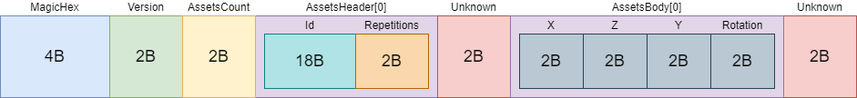
johnfercher/taleslab keeps this draw.io diagram as docs/images/version2size.png. Above is the earlier version. Source tidied: cells renumbered, new cells last; positions are measured from the earlier drawing's top-left corner, leaving out a move shared by most shapes.
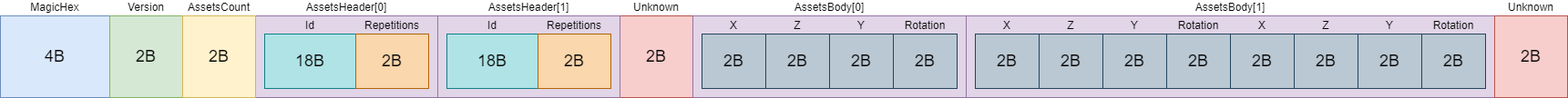
The same file after the commit.

The edit, as a diff of the source:
```diff
@@ -3,76 +3,142 @@
     <mxCell id="0" />
     <mxCell id="1" parent="0" />
     <mxCell id="2" value="MagicHex" style="rounded=0;whiteSpace=wrap;html=1;labelPosition=center;verticalLabelPosition=top;align=center;verticalAlign=bottom;fillColor=#dae8fc;strokeColor=#6c8ebf;" parent="1" vertex="1">
-      <mxGeometry width="120" height="90" as="geometry" />
+      <mxGeometry x="-240" y="30" width="120" height="90" as="geometry" />
     </mxCell>
     <mxCell id="3" value="Version" style="rounded=0;whiteSpace=wrap;html=1;labelPosition=center;verticalLabelPosition=top;align=center;verticalAlign=bottom;fillColor=#d5e8d4;strokeColor=#82b366;" parent="1" vertex="1">
-      <mxGeometry x="120" width="80" height="90" as="geometry" />
+      <mxGeometry x="-120" y="30" width="80" height="90" as="geometry" />
     </mxCell>
     <mxCell id="4" value="AssetsHeader[0]" style="rounded=0;whiteSpace=wrap;html=1;labelPosition=center;verticalLabelPosition=top;align=center;verticalAlign=bottom;fillColor=#e1d5e7;strokeColor=#9673a6;" parent="1" vertex="1">
-      <mxGeometry x="280" width="200" height="90" as="geometry" />
+      <mxGeometry x="40" y="30" width="200" height="90" as="geometry" />
     </mxCell>
     <mxCell id="5" value="AssetsCount" style="rounded=0;whiteSpace=wrap;html=1;labelPosition=center;verticalLabelPosition=top;align=center;verticalAlign=bottom;fillColor=#fff2cc;strokeColor=#d6b656;" parent="1" vertex="1">
-      <mxGeometry x="200" width="80" height="90" as="geometry" />
+      <mxGeometry x="-40" y="30" width="80" height="90" as="geometry" />
     </mxCell>
     <mxCell id="6" value="Id" style="rounded=0;whiteSpace=wrap;html=1;labelPosition=center;verticalLabelPosition=top;align=center;verticalAlign=bottom;fillColor=#b0e3e6;strokeColor=#0e8088;" parent="1" vertex="1">
-      <mxGeometry x="290" y="20" width="100" height="60" as="geometry" />
+      <mxGeometry x="50" y="50" width="100" height="60" as="geometry" />
     </mxCell>
     <mxCell id="7" value="Repetitions" style="rounded=0;whiteSpace=wrap;html=1;labelPosition=center;verticalLabelPosition=top;align=center;verticalAlign=bottom;fillColor=#fad7ac;strokeColor=#b46504;" parent="1" vertex="1">
-      <mxGeometry x="390" y="20" width="80" height="60" as="geometry" />
+      <mxGeometry x="150" y="50" width="80" height="60" as="geometry" />
     </mxCell>
     <mxCell id="8" value="Unknown" style="rounded=0;whiteSpace=wrap;html=1;labelPosition=center;verticalLabelPosition=top;align=center;verticalAlign=bottom;fillColor=#f8cecc;strokeColor=#b85450;" parent="1" vertex="1">
-      <mxGeometry x="480" width="80" height="90" as="geometry" />
+      <mxGeometry x="440" y="30" width="80" height="90" as="geometry" />
     </mxCell>
-    <mxCell id="9" value="Unknown" style="rounded=0;whiteSpace=wrap;html=1;labelPosition=center;verticalLabelPosition=top;align=center;verticalAlign=bottom;fillColor=#f8cecc;strokeColor=#b85450;" parent="1" vertex="1">
-      <mxGeometry x="860" width="80" height="90" as="geometry" />
+    <mxCell id="9" value="4B" style="text;html=1;strokeColor=none;fillColor=none;align=center;verticalAlign=middle;whiteSpace=wrap;rounded=0;fontStyle=0;fontSize=18;" parent="1" vertex="1">
+      <mxGeometry x="-240" y="30" width="120" height="90" as="geometry" />
     </mxCell>
-    <mxCell id="10" value="AssetsBody[0]" style="rounded=0;whiteSpace=wrap;html=1;labelPosition=center;verticalLabelPosition=top;align=center;verticalAlign=bottom;fillColor=#e1d5e7;strokeColor=#9673a6;" parent="1" vertex="1">
-      <mxGeometry x="560" width="300" height="90" as="geometry" />
+    <mxCell id="10" value="2B" style="text;html=1;strokeColor=none;fillColor=none;align=center;verticalAlign=middle;whiteSpace=wrap;rounded=0;fontStyle=0;fontSize=18;" parent="1" vertex="1">
+      <mxGeometry x="-120" y="30" width="80" height="90" as="geometry" />
     </mxCell>
-    <mxCell id="11" value="X" style="rounded=0;whiteSpace=wrap;html=1;labelPosition=center;verticalLabelPosition=top;align=center;verticalAlign=bottom;fillColor=#bac8d3;strokeColor=#23445d;" parent="1" vertex="1">
-      <mxGeometry x="570" y="20" width="70" height="60" as="geometry" />
+    <mxCell id="11" value="2B&lt;br&gt;" style="text;html=1;strokeColor=none;fillColor=none;align=center;verticalAlign=middle;whiteSpace=wrap;rounded=0;fontStyle=0;fontSize=18;" parent="1" vertex="1">
+      <mxGeometry x="-40" y="30" width="80" height="90" as="geometry" />
     </mxCell>
-    <mxCell id="12" value="Y" style="rounded=0;whiteSpace=wrap;html=1;labelPosition=center;verticalLabelPosition=top;align=center;verticalAlign=bottom;fillColor=#bac8d3;strokeColor=#23445d;" parent="1" vertex="1">
-      <mxGeometry x="710" y="20" width="70" height="60" as="geometry" />
+    <mxCell id="12" value="18B" style="text;html=1;strokeColor=none;fillColor=none;align=center;verticalAlign=middle;whiteSpace=wrap;rounded=0;fontStyle=0;fontSize=18;" parent="1" vertex="1">
+      <mxGeometry x="50" y="50" width="100" height="60" as="geometry" />
     </mxCell>
-    <mxCell id="13" value="Z" style="rounded=0;whiteSpace=wrap;html=1;labelPosition=center;verticalLabelPosition=top;align=center;verticalAlign=bottom;fillColor=#bac8d3;strokeColor=#23445d;" parent="1" vertex="1">
-      <mxGeometry x="640" y="20" width="70" height="60" as="geometry" />
+    <mxCell id="13" value="2B" style="text;html=1;strokeColor=none;fillColor=none;align=center;verticalAlign=middle;whiteSpace=wrap;rounded=0;fontStyle=0;fontSize=18;" parent="1" vertex="1">
+      <mxGeometry x="150" y="50" width="80" height="60" as="geometry" />
     </mxCell>
-    <mxCell id="14" value="4B" style="text;html=1;strokeColor=none;fillColor=none;align=center;verticalAlign=middle;whiteSpace=wrap;rounded=0;fontStyle=0;fontSize=18;" parent="1" vertex="1">
-      <mxGeometry width="120" height="90" as="geometry" />
+    <mxCell id="14" value="2B" style="text;html=1;strokeColor=none;fillColor=none;align=center;verticalAlign=middle;whiteSpace=wrap;rounded=0;fontStyle=0;fontSize=18;" parent="1" vertex="1">
+      <mxGeometry x="440" y="30" width="80" height="90" as="geometry" />
     </mxCell>
-    <mxCell id="15" value="2B" style="text;html=1;strokeColor=none;fillColor=none;align=center;verticalAlign=middle;whiteSpace=wrap;rounded=0;fontStyle=0;fontSize=18;" parent="1" vertex="1">
-      <mxGeometry x="120" width="80" height="90" as="geometry" />
+    <mxCell id="15" value="AssetsHeader[1]" style="rounded=0;whiteSpace=wrap;html=1;labelPosition=center;verticalLabelPosition=top;align=center;verticalAlign=bottom;fillColor=#e1d5e7;strokeColor=#9673a6;" parent="1" vertex="1">
+      <mxGeometry x="240" y="30" width="200" height="90" as="geometry" />
     </mxCell>
-    <mxCell id="16" value="2B&lt;br&gt;" style="text;html=1;strokeColor=none;fillColor=none;align=center;verticalAlign=middle;whiteSpace=wrap;rounded=0;fontStyle=0;fontSize=18;" parent="1" vertex="1">
-      <mxGeometry x="200" width="80" height="90" as="geometry" />
+    <mxCell id="16" value="Id" style="rounded=0;whiteSpace=wrap;html=1;labelPosition=center;verticalLabelPosition=top;align=center;verticalAlign=bottom;fillColor=#b0e3e6;strokeColor=#0e8088;" parent="1" vertex="1">
+      <mxGeometry x="250" y="50" width="100" height="60" as="geometry" />
     </mxCell>
-    <mxCell id="17" value="18B" style="text;html=1;strokeColor=none;fillColor=none;align=center;verticalAlign=middle;whiteSpace=wrap;rounded=0;fontStyle=0;fontSize=18;" parent="1" vertex="1">
-      <mxGeometry x="290" y="20" width="100" height="60" as="geometry" />
+    <mxCell id="17" value="Repetitions" style="rounded=0;whiteSpace=wrap;html=1;labelPosition=center;verticalLabelPosition=top;align=center;verticalAlign=bottom;fillColor=#fad7ac;strokeColor=#b46504;" parent="1" vertex="1">
+      <mxGeometry x="350" y="50" width="80" height="60" as="geometry" />
     </mxCell>
-    <mxCell id="18" value="2B" style="text;html=1;strokeColor=none;fillColor=none;align=center;verticalAlign=middle;whiteSpace=wrap;rounded=0;fontStyle=0;fontSize=18;" parent="1" vertex="1">
-      <mxGeometry x="390" y="20" width="80" height="60" as="geometry" />
+    <mxCell id="18" value="18B" style="text;html=1;strokeColor=none;fillColor=none;align=center;verticalAlign=middle;whiteSpace=wrap;rounded=0;fontStyle=0;fontSize=18;" parent="1" vertex="1">
+      <mxGeometry x="250" y="50" width="100" height="60" as="geometry" />
     </mxCell>
     <mxCell id="19" value="2B" style="text;html=1;strokeColor=none;fillColor=none;align=center;verticalAlign=middle;whiteSpace=wrap;rounded=0;fontStyle=0;fontSize=18;" parent="1" vertex="1">
-      <mxGeometry x="640" y="20" width="70" height="60" as="geometry" />
+      <mxGeometry x="350" y="50" width="80" height="60" as="geometry" />
     </mxCell>
-    <mxCell id="20" value="2B" style="text;html=1;strokeColor=none;fillColor=none;align=center;verticalAlign=middle;whiteSpace=wrap;rounded=0;fontStyle=0;fontSize=18;" parent="1" vertex="1">
-      <mxGeometry x="570" y="20" width="70" height="60" as="geometry" />
+    <mxCell id="20" value="AssetsBody[0]" style="rounded=0;whiteSpace=wrap;html=1;labelPosition=center;verticalLabelPosition=top;align=center;verticalAlign=bottom;fillColor=#e1d5e7;strokeColor=#9673a6;" parent="1" vertex="1">
+      <mxGeometry x="520" y="30" width="300" height="90" as="geometry" />
     </mxCell>
-    <mxCell id="21" value="2B" style="text;html=1;strokeColor=none;fillColor=none;align=center;verticalAlign=middle;whiteSpace=wrap;rounded=0;fontStyle=0;fontSize=18;" parent="1" vertex="1">
-      <mxGeometry x="710" y="20" width="70" height="60" as="geometry" />
+    <mxCell id="21" value="X" style="rounded=0;whiteSpace=wrap;html=1;labelPosition=center;verticalLabelPosition=top;align=center;verticalAlign=bottom;fillColor=#bac8d3;strokeColor=#23445d;" parent="1" vertex="1">
+      <mxGeometry x="530" y="50" width="70" height="60" as="geometry" />
     </mxCell>
-    <mxCell id="22" value="2B" style="text;html=1;strokeColor=none;fillColor=none;align=center;verticalAlign=middle;whiteSpace=wrap;rounded=0;fontStyle=0;fontSize=18;" parent="1" vertex="1">
-      <mxGeometry x="480" width="80" height="90" as="geometry" />
+    <mxCell id="22" value="Y" style="rounded=0;whiteSpace=wrap;html=1;labelPosition=center;verticalLabelPosition=top;align=center;verticalAlign=bottom;fillColor=#bac8d3;strokeColor=#23445d;" parent="1" vertex="1">
+      <mxGeometry x="670" y="50" width="70" height="60" as="geometry" />
     </mxCell>
-    <mxCell id="23" value="2B" style="text;html=1;strokeColor=none;fillColor=none;align=center;verticalAlign=middle;whiteSpace=wrap;rounded=0;fontStyle=0;fontSize=18;" parent="1" vertex="1">
-      <mxGeometry x="860" width="80" height="90" as="geometry" />
+    <mxCell id="23" value="Z" style="rounded=0;whiteSpace=wrap;html=1;labelPosition=center;verticalLabelPosition=top;align=center;verticalAlign=bottom;fillColor=#bac8d3;strokeColor=#23445d;" parent="1" vertex="1">
+      <mxGeometry x="600" y="50" width="70" height="60" as="geometry" />
     </mxCell>
-    <mxCell id="24" value="Rotation" style="rounded=0;whiteSpace=wrap;html=1;labelPosition=center;verticalLabelPosition=top;align=center;verticalAlign=bottom;fillColor=#bac8d3;strokeColor=#23445d;" parent="1" vertex="1">
-      <mxGeometry x="780" y="20" width="70" height="60" as="geometry" />
+    <mxCell id="24" value="2B" style="text;html=1;strokeColor=none;fillColor=none;align=center;verticalAlign=middle;whiteSpace=wrap;rounded=0;fontStyle=0;fontSize=18;" parent="1" vertex="1">
+      <mxGeometry x="600" y="50" width="70" height="60" as="geometry" />
     </mxCell>
     <mxCell id="25" value="2B" style="text;html=1;strokeColor=none;fillColor=none;align=center;verticalAlign=middle;whiteSpace=wrap;rounded=0;fontStyle=0;fontSize=18;" parent="1" vertex="1">
-      <mxGeometry x="780" y="20" width="70" height="60" as="geometry" />
+      <mxGeometry x="530" y="50" width="70" height="60" as="geometry" />
     </mxCell>
+    <mxCell id="26" value="2B" style="text;html=1;strokeColor=none;fillColor=none;align=center;verticalAlign=middle;whiteSpace=wrap;rounded=0;fontStyle=0;fontSize=18;" parent="1" vertex="1">
+      <mxGeometry x="670" y="50" width="70" height="60" as="geometry" />
+    </mxCell>
+    <mxCell id="27" value="Rotation" style="rounded=0;whiteSpace=wrap;html=1;labelPosition=center;verticalLabelPosition=top;align=center;verticalAlign=bottom;fillColor=#bac8d3;strokeColor=#23445d;" parent="1" vertex="1">
+      <mxGeometry x="740" y="50" width="70" height="60" as="geometry" />
+    </mxCell>
+    <mxCell id="28" value="2B" style="text;html=1;strokeColor=none;fillColor=none;align=center;verticalAlign=middle;whiteSpace=wrap;rounded=0;fontStyle=0;fontSize=18;" parent="1" vertex="1">
+      <mxGeometry x="740" y="50" width="70" height="60" as="geometry" />
+    </mxCell>
+    <mxCell id="29" value="AssetsBody[1]" style="rounded=0;whiteSpace=wrap;html=1;labelPosition=center;verticalLabelPosition=top;align=center;verticalAlign=bottom;fillColor=#e1d5e7;strokeColor=#9673a6;" parent="1" vertex="1">
+      <mxGeometry x="820" y="30" width="580" height="90" as="geometry" />
+    </mxCell>
+    <mxCell id="30" value="X" style="rounded=0;whiteSpace=wrap;html=1;labelPosition=center;verticalLabelPosition=top;align=center;verticalAlign=bottom;fillColor=#bac8d3;strokeColor=#23445d;" parent="1" vertex="1">
+      <mxGeometry x="830" y="50" width="70" height="60" as="geometry" />
+    </mxCell>
+    <mxCell id="31" value="Y" style="rounded=0;whiteSpace=wrap;html=1;labelPosition=center;verticalLabelPosition=top;align=center;verticalAlign=bottom;fillColor=#bac8d3;strokeColor=#23445d;" parent="1" vertex="1">
+      <mxGeometry x="970" y="50" width="70" height="60" as="geometry" />
+    </mxCell>
+    <mxCell id="32" value="Z" style="rounded=0;whiteSpace=wrap;html=1;labelPosition=center;verticalLabelPosition=top;align=center;verticalAlign=bottom;fillColor=#bac8d3;strokeColor=#23445d;" parent="1" vertex="1">
+      <mxGeometry x="900" y="50" width="70" height="60" as="geometry" />
+    </mxCell>
+    <mxCell id="33" value="2B" style="text;html=1;strokeColor=none;fillColor=none;align=center;verticalAlign=middle;whiteSpace=wrap;rounded=0;fontStyle=0;fontSize=18;" parent="1" vertex="1">
+      <mxGeometry x="900" y="50" width="70" height="60" as="geometry" />
+    </mxCell>
+    <mxCell id="34" value="2B" style="text;html=1;strokeColor=none;fillColor=none;align=center;verticalAlign=middle;whiteSpace=wrap;rounded=0;fontStyle=0;fontSize=18;" parent="1" vertex="1">
+      <mxGeometry x="830" y="50" width="70" height="60" as="geometry" />
+    </mxCell>
+    <mxCell id="35" value="2B" style="text;html=1;strokeColor=none;fillColor=none;align=center;verticalAlign=middle;whiteSpace=wrap;rounded=0;fontStyle=0;fontSize=18;" parent="1" vertex="1">
+      <mxGeometry x="970" y="50" width="70" height="60" as="geometry" />
+    </mxCell>
+    <mxCell id="36" value="Rotation" style="rounded=0;whiteSpace=wrap;html=1;labelPosition=center;verticalLabelPosition=top;align=center;verticalAlign=bottom;fillColor=#bac8d3;strokeColor=#23445d;" parent="1" vertex="1">
+      <mxGeometry x="1040" y="50" width="70" height="60" as="geometry" />
+    </mxCell>
+    <mxCell id="37" value="2B" style="text;html=1;strokeColor=none;fillColor=none;align=center;verticalAlign=middle;whiteSpace=wrap;rounded=0;fontStyle=0;fontSize=18;" parent="1" vertex="1">
+      <mxGeometry x="1040" y="50" width="70" height="60" as="geometry" />
+    </mxCell>
+    <mxCell id="38" value="X" style="rounded=0;whiteSpace=wrap;html=1;labelPosition=center;verticalLabelPosition=top;align=center;verticalAlign=bottom;fillColor=#bac8d3;strokeColor=#23445d;" parent="1" vertex="1">
+      <mxGeometry x="1110" y="50" width="70" height="60" as="geometry" />
+    </mxCell>
+    <mxCell id="39" value="Y" style="rounded=0;whiteSpace=wrap;html=1;labelPosition=center;verticalLabelPosition=top;align=center;verticalAlign=bottom;fillColor=#bac8d3;strokeColor=#23445d;" parent="1" vertex="1">
+      <mxGeometry x="1250" y="50" width="70" height="60" as="geometry" />
+    </mxCell>
+    <mxCell id="40" value="Z" style="rounded=0;whiteSpace=wrap;html=1;labelPosition=center;verticalLabelPosition=top;align=center;verticalAlign=bottom;fillColor=#bac8d3;strokeColor=#23445d;" parent="1" vertex="1">
+      <mxGeometry x="1180" y="50" width="70" height="60" as="geometry" />
+    </mxCell>
+    <mxCell id="41" value="2B" style="text;html=1;strokeColor=none;fillColor=none;align=center;verticalAlign=middle;whiteSpace=wrap;rounded=0;fontStyle=0;fontSize=18;" parent="1" vertex="1">
+      <mxGeometry x="1180" y="50" width="70" height="60" as="geometry" />
+    </mxCell>
+    <mxCell id="42" value="2B" style="text;html=1;strokeColor=none;fillColor=none;align=center;verticalAlign=middle;whiteSpace=wrap;rounded=0;fontStyle=0;fontSize=18;" parent="1" vertex="1">
+      <mxGeometry x="1110" y="50" width="70" height="60" as="geometry" />
+    </mxCell>
+    <mxCell id="43" value="2B" style="text;html=1;strokeColor=none;fillColor=none;align=center;verticalAlign=middle;whiteSpace=wrap;rounded=0;fontStyle=0;fontSize=18;" parent="1" vertex="1">
+      <mxGeometry x="1250" y="50" width="70" height="60" as="geometry" />
+    </mxCell>
+    <mxCell id="44" value="Rotation" style="rounded=0;whiteSpace=wrap;html=1;labelPosition=center;verticalLabelPosition=top;align=center;verticalAlign=bottom;fillColor=#bac8d3;strokeColor=#23445d;" parent="1" vertex="1">
+      <mxGeometry x="1320" y="50" width="70" height="60" as="geometry" />
+    </mxCell>
+    <mxCell id="45" value="2B" style="text;html=1;strokeColor=none;fillColor=none;align=center;verticalAlign=middle;whiteSpace=wrap;rounded=0;fontStyle=0;fontSize=18;" parent="1" vertex="1">
+      <mxGeometry x="1320" y="50" width="70" height="60" as="geometry" />
+    </mxCell>
+    <mxCell id="46" value="Unknown" style="rounded=0;whiteSpace=wrap;html=1;labelPosition=center;verticalLabelPosition=top;align=center;verticalAlign=bottom;fillColor=#f8cecc;strokeColor=#b85450;" parent="1" vertex="1">
+      <mxGeometry x="1400" y="30" width="80" height="90" as="geometry" />
+    </mxCell>
+    <mxCell id="47" value="2B" style="text;html=1;strokeColor=none;fillColor=none;align=center;verticalAlign=middle;whiteSpace=wrap;rounded=0;fontStyle=0;fontSize=18;" parent="1" vertex="1">
+      <mxGeometry x="1400" y="30" width="80" height="90" as="geometry" />
+    </mxCell>
   </root>
 </mxGraphModel>
```
